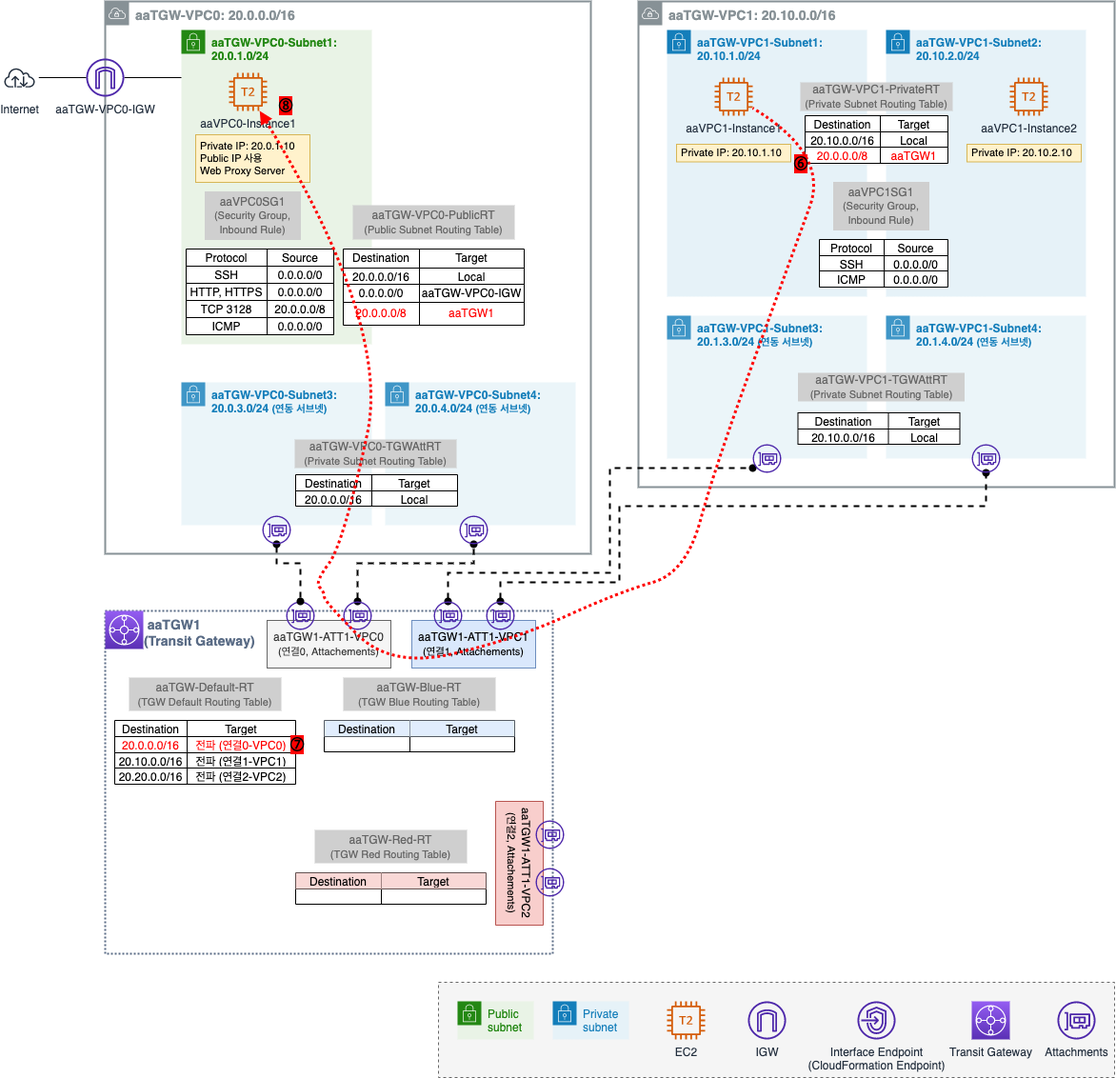
Above: assets/img/dev/2022/1211/tgw_flow_4.png in assu10/assu10.github.io (draw.io), before the change. Source tidied: cells renumbered, new cells last; positions are measured from the earlier drawing's top-left corner, leaving out a move shared by most shapes.
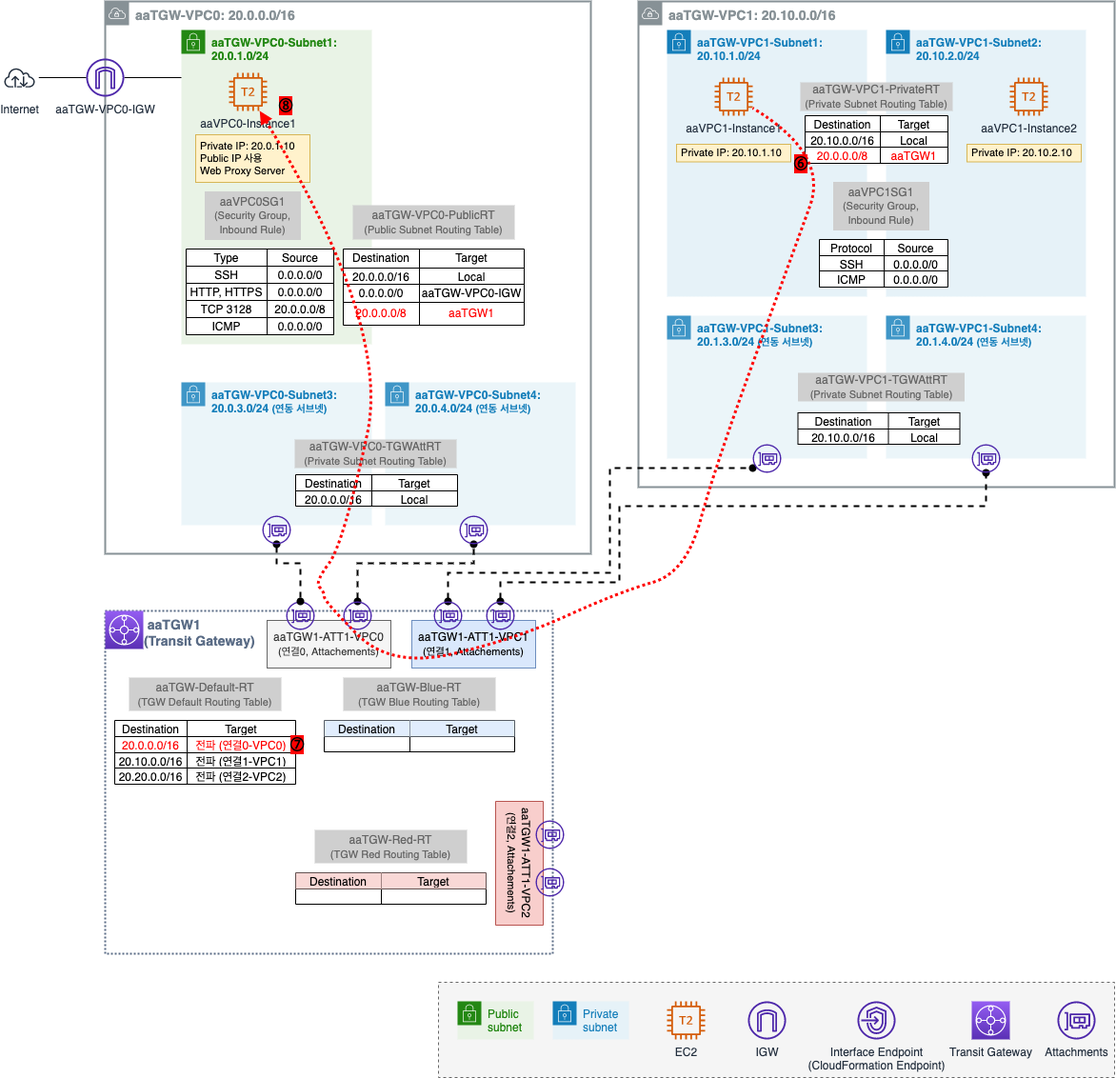
Above is the later version.

The edit, as a diff of the source:
```diff
@@ -100,7 +100,7 @@
     <mxCell id="32" style="shape=tableRow;horizontal=0;startSize=0;swimlaneHead=0;swimlaneBody=0;strokeColor=inherit;top=0;left=0;bottom=0;right=0;fillColor=none;fontSize=14;" parent="31" vertex="1">
       <mxGeometry width="155" height="18" as="geometry" />
     </mxCell>
-    <mxCell id="33" value="Protocol" style="shape=partialRectangle;html=1;whiteSpace=wrap;strokeColor=inherit;overflow=hidden;fillColor=none;top=0;left=0;bottom=0;right=0;fontSize=12;" parent="32" vertex="1">
+    <mxCell id="33" value="Type" style="shape=partialRectangle;html=1;whiteSpace=wrap;strokeColor=inherit;overflow=hidden;fillColor=none;top=0;left=0;bottom=0;right=0;fontSize=12;" parent="32" vertex="1">
       <mxGeometry width="85" height="18" as="geometry" />
     </mxCell>
     <mxCell id="34" value="Source" style="shape=partialRectangle;html=1;whiteSpace=wrap;strokeColor=inherit;overflow=hidden;fillColor=none;top=0;left=0;bottom=0;right=0;fontSize=12;" parent="32" vertex="1">
```
